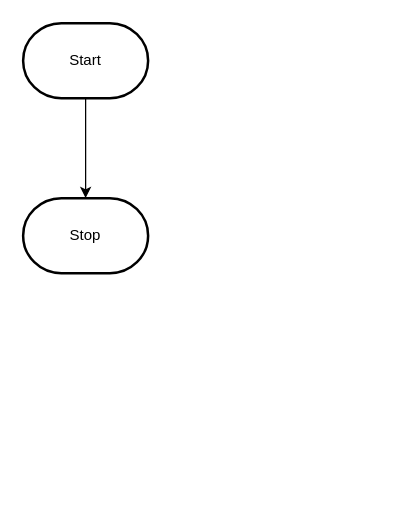
lucas-nguyen0/ICD2O-Final-Project-lucas.nguyen keeps this draw.io diagram as design/flowchart.drawio. Above is the earlier version. Source tidied: cells renumbered, new cells numbered last; positions are measured from the earlier drawing's top-left corner, leaving out a move shared by most shapes. Both pictures are drawn from the tidied source at 125%, with x=0, y=0 at pixel (22, 22).
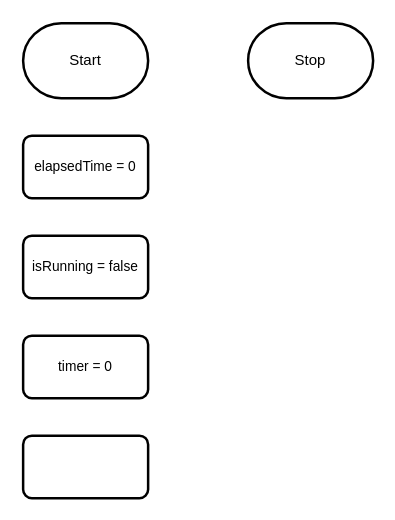
Above is the later version.

Commit message (it also covers changes not shown here):
flowchart and storyboard created

Diff of the diagram source:
```diff
@@
 <mxGraphModel>
   <root>
     <mxCell id="0" />
     <mxCell id="1" parent="0" />
-    <mxCell id="2" style="edgeStyle=orthogonalEdgeStyle;html=1;rounded=0;" parent="1" edge="1" source="3" target="4">
-      <mxGeometry relative="1" as="geometry" />
-    </mxCell>
     <mxCell id="3" value="Start" style="strokeWidth=2;html=1;shape=mxgraph.flowchart.terminator;whiteSpace=wrap;" parent="1" vertex="1">
       <mxGeometry width="100" height="60" as="geometry" />
     </mxCell>
     <mxCell id="4" value="Stop" style="strokeWidth=2;html=1;shape=mxgraph.flowchart.terminator;whiteSpace=wrap;" parent="1" vertex="1">
-      <mxGeometry y="140" width="100" height="60" as="geometry" />
+      <mxGeometry x="180" width="100" height="60" as="geometry" />
     </mxCell>
+    <mxCell id="2" value="elapsedTime = 0" style="rounded=1;whiteSpace=wrap;html=1;absoluteArcSize=1;arcSize=14;strokeWidth=2;fontFamily=Helvetica;fontSize=11;fontColor=default;labelBackgroundColor=default;" parent="1" vertex="1">
+      <mxGeometry y="90" width="100" height="50" as="geometry" />
+    </mxCell>
+    <mxCell id="5" value="isRunning = false" style="rounded=1;whiteSpace=wrap;html=1;absoluteArcSize=1;arcSize=14;strokeWidth=2;fontFamily=Helvetica;fontSize=11;fontColor=default;labelBackgroundColor=default;" parent="1" vertex="1">
+      <mxGeometry y="170" width="100" height="50" as="geometry" />
+    </mxCell>
+    <mxCell id="6" value="timer = 0" style="rounded=1;whiteSpace=wrap;html=1;absoluteArcSize=1;arcSize=14;strokeWidth=2;fontFamily=Helvetica;fontSize=11;fontColor=default;labelBackgroundColor=default;" parent="1" vertex="1">
+      <mxGeometry y="250" width="100" height="50" as="geometry" />
+    </mxCell>
+    <mxCell id="7" style="rounded=1;whiteSpace=wrap;html=1;absoluteArcSize=1;arcSize=14;strokeWidth=2;fontFamily=Helvetica;fontSize=11;fontColor=default;labelBackgroundColor=default;" parent="1" vertex="1">
+      <mxGeometry y="330" width="100" height="50" as="geometry" />
+    </mxCell>
   </root>
 </mxGraphModel>
```
